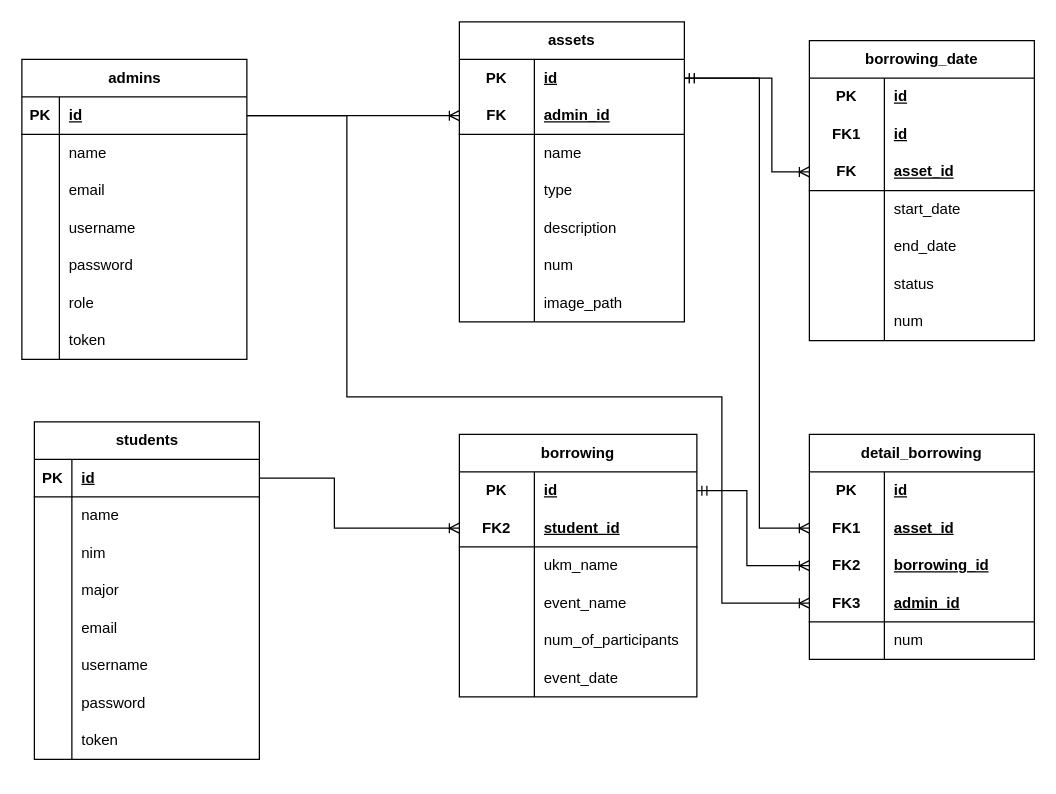
Above: docs/ERD.drawio in MarcYovian/fe-admin-logistik (draw.io), before the change. Source tidied: cells renumbered, new cells numbered last; positions are measured from the earlier drawing's top-left corner, leaving out a move shared by most shapes. Both pictures are drawn from the tidied source at 125%, with x=0, y=0 at pixel (21, 21).
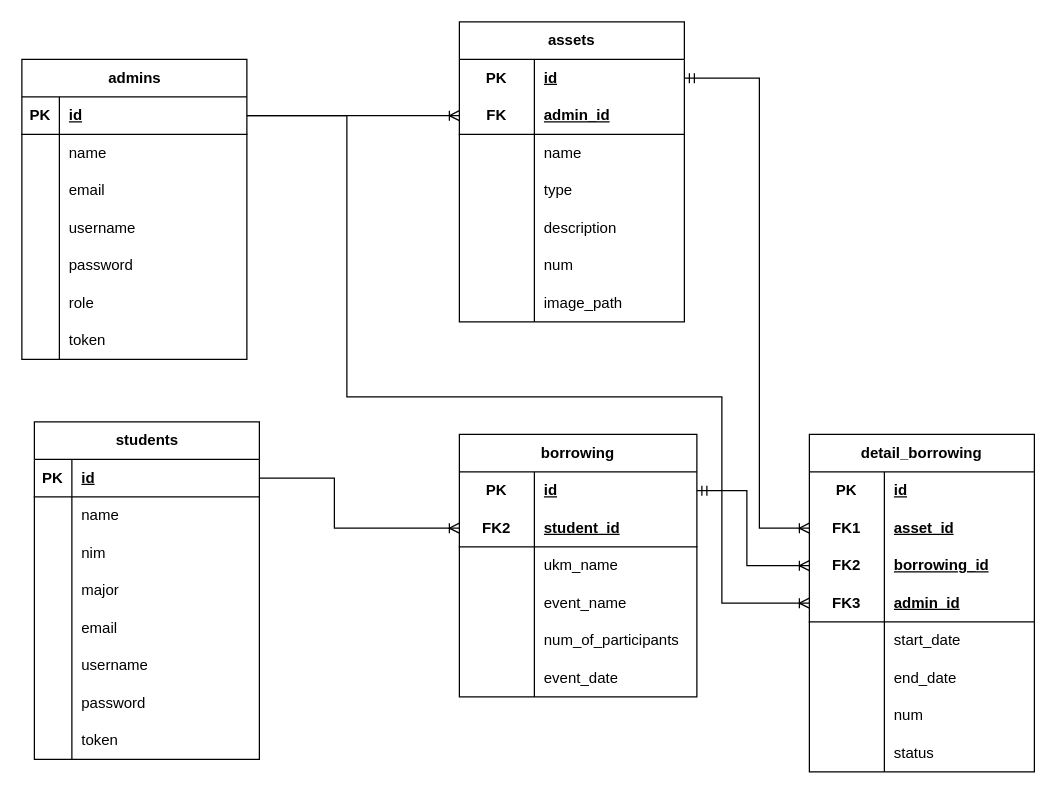
After the change.

The change refers to these unchanged cells:
```xml
<mxCell id="50" style="shape=tableRow;horizontal=0;startSize=0;swimlaneHead=0;swimlaneBody=0;fillColor=none;points=[[0,0.5],[1,0.5]];portConstraint=eastwest;top=0;left=0;right=0;bottom=0;html=1;" parent="49" vertex="1">
  <mxGeometry y="30" width="180" height="30" as="geometry" />
</mxCell>
<mxCell id="106" style="shape=tableRow;horizontal=0;startSize=0;swimlaneHead=0;swimlaneBody=0;fillColor=none;top=0;left=0;right=0;bottom=0;html=1;" parent="93" vertex="1">
  <mxGeometry y="150" width="180" height="30" as="geometry" />
</mxCell>
```

Diff of the diagram source:
```diff
@@
     <mxCell id="93" value="detail_borrowing" style="shape=table;startSize=30;childLayout=tableLayout;rowLines=0;fontStyle=1;align=center;html=1;whiteSpace=wrap;" parent="1" vertex="1">
-      <mxGeometry x="630" y="330" width="180" height="180" as="geometry" />
+      <mxGeometry x="630" y="330" width="180" height="270" as="geometry" />
     </mxCell>
@@
-    <mxCell id="108" value="num" style="shape=partialRectangle;fillColor=none;top=0;left=0;bottom=0;right=0;align=left;spacingLeft=6;overflow=hidden;html=1;whiteSpace=wrap;" parent="106" vertex="1">
+    <mxCell id="108" value="start_date" style="shape=partialRectangle;fillColor=none;top=0;left=0;bottom=0;right=0;align=left;spacingLeft=6;overflow=hidden;html=1;whiteSpace=wrap;" parent="106" vertex="1">
       <mxGeometry x="60" width="120" height="30" as="geometry" />
     </mxCell>
+    <mxCell id="127" style="shape=tableRow;horizontal=0;startSize=0;swimlaneHead=0;swimlaneBody=0;fillColor=none;top=0;left=0;right=0;bottom=0;html=1;" parent="93" vertex="1">
+      <mxGeometry y="180" width="180" height="30" as="geometry" />
+    </mxCell>
+    <mxCell id="134" style="shape=partialRectangle;fillColor=none;top=0;left=0;bottom=0;right=0;overflow=hidden;html=1;whiteSpace=wrap;" parent="127" vertex="1">
+      <mxGeometry width="60" height="30" as="geometry" />
+    </mxCell>
+    <mxCell id="126" value="end_date" style="shape=partialRectangle;fillColor=none;top=0;left=0;bottom=0;right=0;align=left;spacingLeft=6;overflow=hidden;html=1;whiteSpace=wrap;" parent="127" vertex="1">
+      <mxGeometry x="60" width="120" height="30" as="geometry" />
+    </mxCell>
+    <mxCell id="130" style="shape=tableRow;horizontal=0;startSize=0;swimlaneHead=0;swimlaneBody=0;fillColor=none;top=0;left=0;right=0;bottom=0;html=1;" parent="93" vertex="1">
+      <mxGeometry y="210" width="180" height="30" as="geometry" />
+    </mxCell>
+    <mxCell id="135" style="shape=partialRectangle;fillColor=none;top=0;left=0;bottom=0;right=0;overflow=hidden;html=1;whiteSpace=wrap;" parent="130" vertex="1">
+      <mxGeometry width="60" height="30" as="geometry" />
+    </mxCell>
+    <mxCell id="132" value="num" style="shape=partialRectangle;fillColor=none;top=0;left=0;bottom=0;right=0;align=left;spacingLeft=6;overflow=hidden;html=1;whiteSpace=wrap;" parent="130" vertex="1">
+      <mxGeometry x="60" width="120" height="30" as="geometry" />
+    </mxCell>
+    <mxCell id="136" style="shape=tableRow;horizontal=0;startSize=0;swimlaneHead=0;swimlaneBody=0;fillColor=none;top=0;left=0;right=0;bottom=0;html=1;" parent="93" vertex="1">
+      <mxGeometry y="240" width="180" height="30" as="geometry" />
+    </mxCell>
+    <mxCell id="137" style="shape=partialRectangle;fillColor=none;top=0;left=0;bottom=0;right=0;overflow=hidden;html=1;whiteSpace=wrap;" parent="136" vertex="1">
+      <mxGeometry width="60" height="30" as="geometry" />
+    </mxCell>
+    <mxCell id="129" value="status" style="shape=partialRectangle;fillColor=none;top=0;left=0;bottom=0;right=0;align=left;spacingLeft=6;overflow=hidden;html=1;whiteSpace=wrap;" parent="136" vertex="1">
+      <mxGeometry x="60" width="120" height="30" as="geometry" />
+    </mxCell>
@@
-    <mxCell id="111" value="borrowing_date" style="shape=table;startSize=30;childLayout=tableLayout;rowLines=0;fontStyle=1;align=center;html=1;whiteSpace=wrap;" parent="1" vertex="1">
-      <mxGeometry x="630" y="15" width="180" height="240" as="geometry" />
-    </mxCell>
-    <mxCell id="112" style="shape=tableRow;horizontal=0;startSize=0;swimlaneHead=0;swimlaneBody=0;fillColor=none;top=0;left=0;right=0;bottom=0;html=1;" parent="111" vertex="1">
-      <mxGeometry y="30" width="180" height="30" as="geometry" />
-    </mxCell>
-    <mxCell id="113" value="PK" style="shape=partialRectangle;fillColor=none;top=0;left=0;bottom=0;right=0;fontStyle=1;overflow=hidden;html=1;whiteSpace=wrap;" parent="112" vertex="1">
-      <mxGeometry width="60" height="30" as="geometry" />
-    </mxCell>
-    <mxCell id="114" value="id" style="shape=partialRectangle;fillColor=none;top=0;left=0;bottom=0;right=0;align=left;spacingLeft=6;fontStyle=5;overflow=hidden;html=1;whiteSpace=wrap;" parent="112" vertex="1">
-      <mxGeometry x="60" width="120" height="30" as="geometry" />
-    </mxCell>
-    <mxCell id="115" style="shape=tableRow;horizontal=0;startSize=0;swimlaneHead=0;swimlaneBody=0;fillColor=none;top=0;left=0;right=0;bottom=0;html=1;" parent="111" vertex="1">
-      <mxGeometry y="60" width="180" height="30" as="geometry" />
-    </mxCell>
-    <mxCell id="116" value="FK1" style="shape=partialRectangle;fillColor=none;top=0;left=0;bottom=0;right=0;fontStyle=1;overflow=hidden;html=1;whiteSpace=wrap;" parent="115" vertex="1">
-      <mxGeometry width="60" height="30" as="geometry" />
-    </mxCell>
-    <mxCell id="117" value="id" style="shape=partialRectangle;fillColor=none;top=0;left=0;bottom=0;right=0;align=left;spacingLeft=6;fontStyle=5;overflow=hidden;html=1;whiteSpace=wrap;" parent="115" vertex="1">
-      <mxGeometry x="60" width="120" height="30" as="geometry" />
-    </mxCell>
-    <mxCell id="118" style="shape=tableRow;horizontal=0;startSize=0;swimlaneHead=0;swimlaneBody=0;fillColor=none;points=[[0,0.5],[1,0.5]];portConstraint=eastwest;top=0;left=0;right=0;bottom=1;html=1;" parent="111" vertex="1">
-      <mxGeometry y="90" width="180" height="30" as="geometry" />
-    </mxCell>
-    <mxCell id="119" value="FK" style="shape=partialRectangle;fillColor=none;top=0;left=0;bottom=0;right=0;fontStyle=1;overflow=hidden;html=1;whiteSpace=wrap;" parent="118" vertex="1">
-      <mxGeometry width="60" height="30" as="geometry" />
-    </mxCell>
-    <mxCell id="120" value="asset_id" style="shape=partialRectangle;fillColor=none;top=0;left=0;bottom=0;right=0;align=left;spacingLeft=6;fontStyle=5;overflow=hidden;html=1;whiteSpace=wrap;" parent="118" vertex="1">
-      <mxGeometry x="60" width="120" height="30" as="geometry" />
-    </mxCell>
-    <mxCell id="121" style="shape=tableRow;horizontal=0;startSize=0;swimlaneHead=0;swimlaneBody=0;fillColor=none;top=0;left=0;right=0;bottom=0;html=1;" parent="111" vertex="1">
-      <mxGeometry y="120" width="180" height="30" as="geometry" />
-    </mxCell>
-    <mxCell id="122" style="shape=partialRectangle;fillColor=none;top=0;left=0;bottom=0;right=0;overflow=hidden;html=1;whiteSpace=wrap;" parent="121" vertex="1">
-      <mxGeometry width="60" height="30" as="geometry" />
-    </mxCell>
-    <mxCell id="123" value="start_date" style="shape=partialRectangle;fillColor=none;top=0;left=0;bottom=0;right=0;align=left;spacingLeft=6;overflow=hidden;html=1;whiteSpace=wrap;" parent="121" vertex="1">
-      <mxGeometry x="60" width="120" height="30" as="geometry" />
-    </mxCell>
-    <mxCell id="124" style="shape=tableRow;horizontal=0;startSize=0;swimlaneHead=0;swimlaneBody=0;fillColor=none;top=0;left=0;right=0;bottom=0;html=1;" parent="111" vertex="1">
-      <mxGeometry y="150" width="180" height="30" as="geometry" />
-    </mxCell>
-    <mxCell id="125" style="shape=partialRectangle;fillColor=none;top=0;left=0;bottom=0;right=0;overflow=hidden;html=1;whiteSpace=wrap;" parent="124" vertex="1">
-      <mxGeometry width="60" height="30" as="geometry" />
-    </mxCell>
-    <mxCell id="126" value="end_date" style="shape=partialRectangle;fillColor=none;top=0;left=0;bottom=0;right=0;align=left;spacingLeft=6;overflow=hidden;html=1;whiteSpace=wrap;" parent="124" vertex="1">
-      <mxGeometry x="60" width="120" height="30" as="geometry" />
-    </mxCell>
-    <mxCell id="127" style="shape=tableRow;horizontal=0;startSize=0;swimlaneHead=0;swimlaneBody=0;fillColor=none;top=0;left=0;right=0;bottom=0;html=1;" parent="111" vertex="1">
-      <mxGeometry y="180" width="180" height="30" as="geometry" />
-    </mxCell>
-    <mxCell id="128" style="shape=partialRectangle;fillColor=none;top=0;left=0;bottom=0;right=0;overflow=hidden;html=1;whiteSpace=wrap;" parent="127" vertex="1">
-      <mxGeometry width="60" height="30" as="geometry" />
-    </mxCell>
-    <mxCell id="129" value="status" style="shape=partialRectangle;fillColor=none;top=0;left=0;bottom=0;right=0;align=left;spacingLeft=6;overflow=hidden;html=1;whiteSpace=wrap;" parent="127" vertex="1">
-      <mxGeometry x="60" width="120" height="30" as="geometry" />
-    </mxCell>
-    <mxCell id="130" style="shape=tableRow;horizontal=0;startSize=0;swimlaneHead=0;swimlaneBody=0;fillColor=none;top=0;left=0;right=0;bottom=0;html=1;" parent="111" vertex="1">
-      <mxGeometry y="210" width="180" height="30" as="geometry" />
-    </mxCell>
-    <mxCell id="131" style="shape=partialRectangle;fillColor=none;top=0;left=0;bottom=0;right=0;overflow=hidden;html=1;whiteSpace=wrap;" parent="130" vertex="1">
-      <mxGeometry width="60" height="30" as="geometry" />
-    </mxCell>
-    <mxCell id="132" value="num" style="shape=partialRectangle;fillColor=none;top=0;left=0;bottom=0;right=0;align=left;spacingLeft=6;overflow=hidden;html=1;whiteSpace=wrap;" parent="130" vertex="1">
-      <mxGeometry x="60" width="120" height="30" as="geometry" />
-    </mxCell>
-    <mxCell id="133" style="edgeStyle=orthogonalEdgeStyle;fontSize=12;html=1;endArrow=ERoneToMany;startArrow=ERmandOne;rounded=0;" parent="1" edge="1" source="50" target="118">
-      <mxGeometry relative="1" as="geometry">
-        <Array as="points">
-          <mxPoint x="600" y="45" />
-          <mxPoint x="600" y="120" />
-        </Array>
-      </mxGeometry>
-    </mxCell>
```
